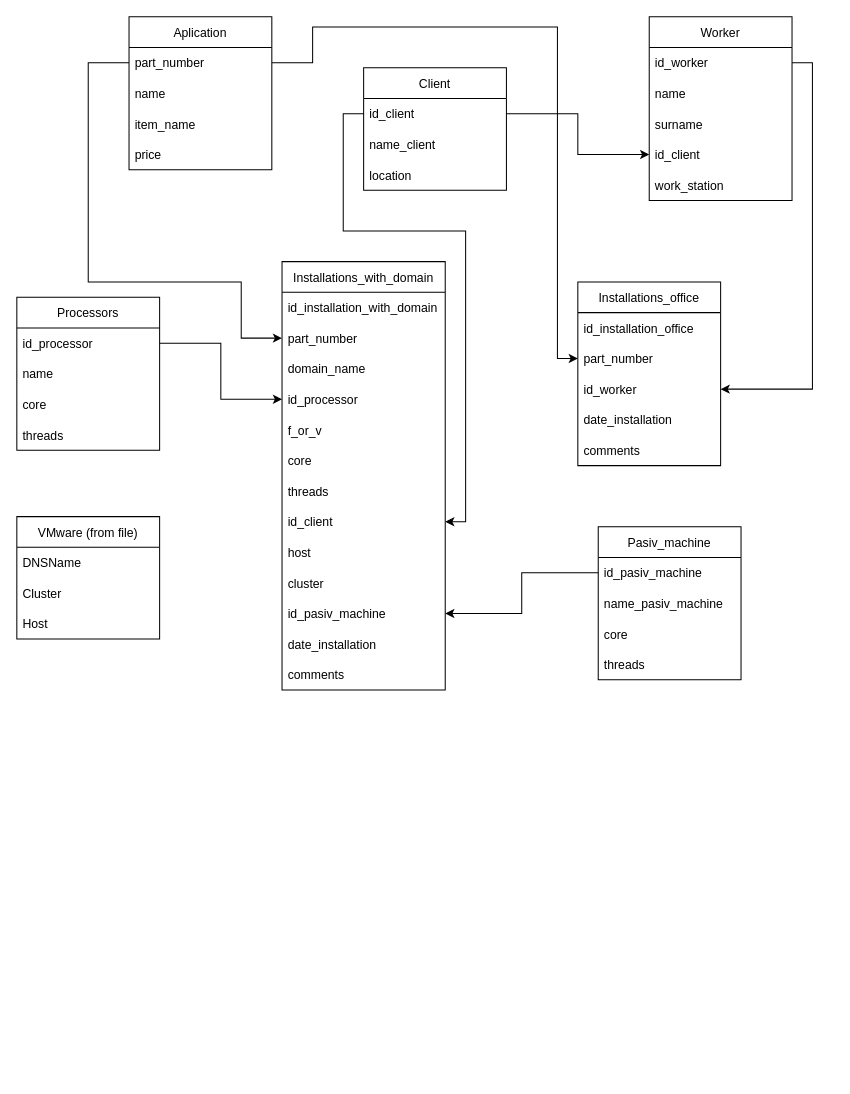
Rascalele/Program_do_rozliczania_faktur keeps this draw.io diagram as Program_do_rozliczania_faktur.drawio. Above is the earlier version. Source tidied: cells renumbered, new cells numbered last; positions are measured from the earlier drawing's top-left corner, leaving out a move shared by most shapes. Both pictures are drawn from the tidied source at 102%, with x=0, y=0 at pixel (16, 16).
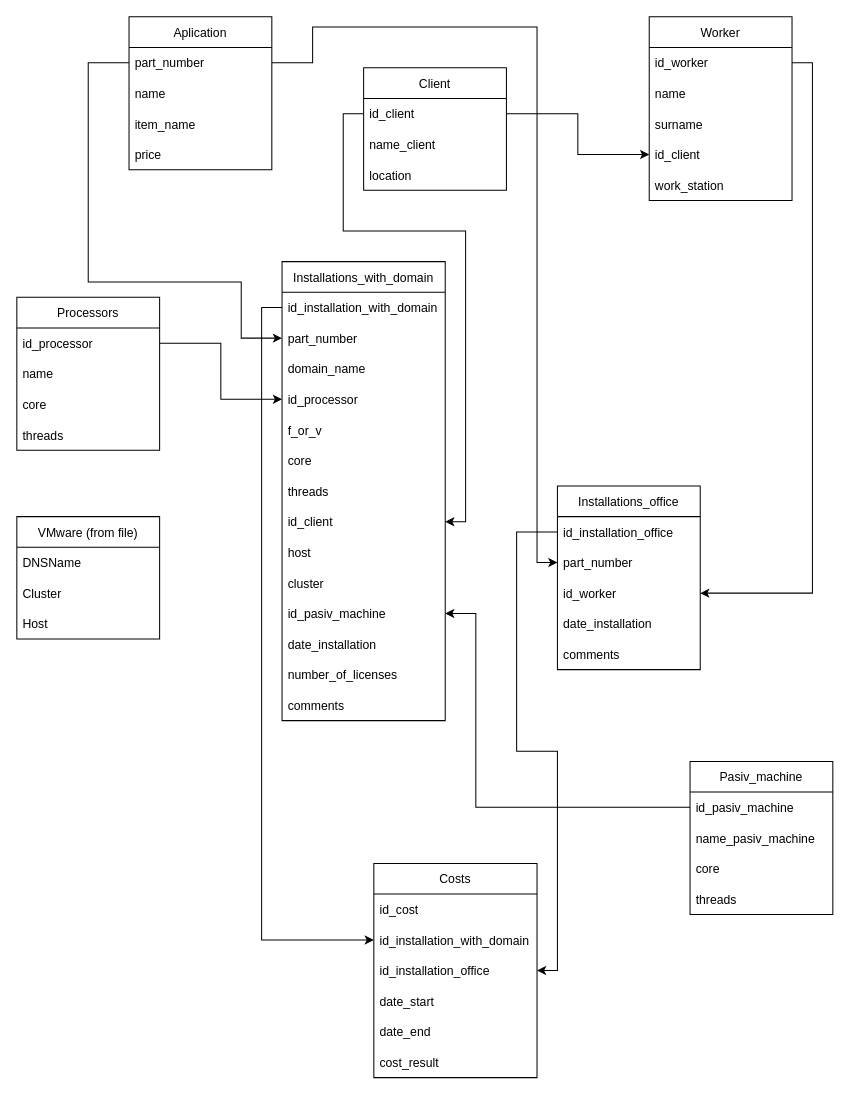
The same page after the edit.

Unchanged cells that the change refers to:
```xml
<mxCell id="3" value="part_number" style="text;strokeColor=none;fillColor=none;align=left;verticalAlign=middle;spacingLeft=4;spacingRight=4;overflow=hidden;points=[[0,0.5],[1,0.5]];portConstraint=eastwest;" parent="2" vertex="1">
  <mxGeometry y="30" width="140" height="30" as="geometry" />
</mxCell>
<mxCell id="18" value="id_installation_with_domain" style="text;strokeColor=none;fillColor=none;align=left;verticalAlign=middle;spacingLeft=4;spacingRight=4;overflow=hidden;points=[[0,0.5],[1,0.5]];portConstraint=eastwest;" parent="17" vertex="1">
  <mxGeometry y="30" width="160" height="30" as="geometry" />
</mxCell>
<mxCell id="28" value="id_pasiv_machine" style="text;strokeColor=none;fillColor=none;align=left;verticalAlign=middle;spacingLeft=4;spacingRight=4;overflow=hidden;points=[[0,0.5],[1,0.5]];portConstraint=eastwest;" parent="17" vertex="1">
  <mxGeometry y="330" width="160" height="30" as="geometry" />
</mxCell>
<mxCell id="32" value="id_installation_office" style="text;strokeColor=none;fillColor=none;align=left;verticalAlign=middle;spacingLeft=4;spacingRight=4;overflow=hidden;points=[[0,0.5],[1,0.5]];portConstraint=eastwest;" parent="31" vertex="1">
  <mxGeometry y="30" width="140" height="30" as="geometry" />
</mxCell>
<mxCell id="33" value="part_number" style="text;strokeColor=none;fillColor=none;align=left;verticalAlign=middle;spacingLeft=4;spacingRight=4;overflow=hidden;points=[[0,0.5],[1,0.5]];portConstraint=eastwest;" parent="31" vertex="1">
  <mxGeometry y="60" width="140" height="30" as="geometry" />
</mxCell>
<mxCell id="47" value="id_pasiv_machine" style="text;strokeColor=none;fillColor=none;align=left;verticalAlign=middle;spacingLeft=4;spacingRight=4;overflow=hidden;points=[[0,0.5],[1,0.5]];portConstraint=eastwest;" parent="46" vertex="1">
  <mxGeometry y="30" width="140" height="30" as="geometry" />
</mxCell>
```

Change to the diagram source:
```diff
@@
     <mxCell id="17" value="Installations_with_domain" style="swimlane;fontStyle=0;horizontal=1;startSize=30;" parent="1" vertex="1">
-      <mxGeometry x="260" y="240" width="160" height="420" as="geometry" />
+      <mxGeometry x="260" y="240" width="160" height="450" as="geometry" />
     </mxCell>
@@
+    <mxCell id="58" value="number_of_licenses" style="text;strokeColor=none;fillColor=none;align=left;verticalAlign=middle;spacingLeft=4;spacingRight=4;overflow=hidden;" parent="17" vertex="1">
+      <mxGeometry y="390" width="160" height="30" as="geometry" />
+    </mxCell>
     <mxCell id="30" value="comments" style="text;strokeColor=none;fillColor=none;align=left;verticalAlign=middle;spacingLeft=4;spacingRight=4;overflow=hidden;" parent="17" vertex="1">
-      <mxGeometry y="390" width="160" height="30" as="geometry" />
+      <mxGeometry y="420" width="160" height="30" as="geometry" />
     </mxCell>
     <mxCell id="31" value="Installations_office" style="swimlane;fontStyle=0;horizontal=1;startSize=30;" parent="1" vertex="1">
-      <mxGeometry x="550" y="260" width="140" height="180" as="geometry" />
+      <mxGeometry x="530" y="460" width="140" height="180" as="geometry" />
     </mxCell>
@@
     <mxCell id="46" value="Pasiv_machine" style="swimlane;fontStyle=0;horizontal=1;startSize=30;" parent="1" vertex="1">
-      <mxGeometry x="570" y="500" width="140" height="150" as="geometry" />
+      <mxGeometry x="660" y="730" width="140" height="150" as="geometry" />
     </mxCell>
@@
     <mxCell id="52" style="edgeStyle=orthogonalEdgeStyle;rounded=0;jettySize=auto;html=1;exitX=1;exitY=0.5;exitDx=0;exitDy=0;entryX=0;entryY=0.5;entryDx=0;entryDy=0;" parent="1" edge="1" source="3" target="33">
       <mxGeometry relative="1" as="geometry">
         <Array as="points">
           <mxPoint x="290" y="45" />
           <mxPoint x="290" y="10" />
-          <mxPoint x="530" y="10" />
-          <mxPoint x="530" y="335" />
+          <mxPoint x="510" y="10" />
+          <mxPoint x="510" y="535" />
         </Array>
       </mxGeometry>
     </mxCell>
@@
     <mxCell id="56" style="edgeStyle=orthogonalEdgeStyle;rounded=0;jettySize=auto;html=1;exitX=0;exitY=0.5;exitDx=0;exitDy=0;entryX=1;entryY=0.5;entryDx=0;entryDy=0;" parent="1" edge="1" source="47" target="28">
-      <mxGeometry relative="1" as="geometry" />
+      <mxGeometry relative="1" as="geometry">
+        <Array as="points">
+          <mxPoint x="450" y="775" />
+          <mxPoint x="450" y="585" />
+        </Array>
+      </mxGeometry>
     </mxCell>
@@
+    <mxCell id="59" value="Costs" style="swimlane;fontStyle=0;horizontal=1;startSize=30;" parent="1" vertex="1">
+      <mxGeometry x="350" y="830" width="160" height="210" as="geometry" />
+    </mxCell>
+    <mxCell id="60" value="id_cost" style="text;strokeColor=none;fillColor=none;align=left;verticalAlign=middle;spacingLeft=4;spacingRight=4;overflow=hidden;" parent="59" vertex="1">
+      <mxGeometry y="30" width="160" height="30" as="geometry" />
+    </mxCell>
+    <mxCell id="61" value="id_installation_with_domain" style="text;strokeColor=none;fillColor=none;align=left;verticalAlign=middle;spacingLeft=4;spacingRight=4;overflow=hidden;points=[[0,0.5],[1,0.5]];portConstraint=eastwest;" parent="59" vertex="1">
+      <mxGeometry y="60" width="160" height="30" as="geometry" />
+    </mxCell>
+    <mxCell id="62" value="id_installation_office" style="text;strokeColor=none;fillColor=none;align=left;verticalAlign=middle;spacingLeft=4;spacingRight=4;overflow=hidden;points=[[0,0.5],[1,0.5]];portConstraint=eastwest;" parent="59" vertex="1">
+      <mxGeometry y="90" width="160" height="30" as="geometry" />
+    </mxCell>
+    <mxCell id="63" value="date_start" style="text;strokeColor=none;fillColor=none;align=left;verticalAlign=middle;spacingLeft=4;spacingRight=4;overflow=hidden;" parent="59" vertex="1">
+      <mxGeometry y="120" width="160" height="30" as="geometry" />
+    </mxCell>
+    <mxCell id="64" value="date_end" style="text;strokeColor=none;fillColor=none;align=left;verticalAlign=middle;spacingLeft=4;spacingRight=4;overflow=hidden;" parent="59" vertex="1">
+      <mxGeometry y="150" width="160" height="30" as="geometry" />
+    </mxCell>
+    <mxCell id="65" value="cost_result" style="text;strokeColor=none;fillColor=none;align=left;verticalAlign=middle;spacingLeft=4;spacingRight=4;overflow=hidden;" parent="59" vertex="1">
+      <mxGeometry y="180" width="160" height="30" as="geometry" />
+    </mxCell>
+    <mxCell id="66" style="edgeStyle=orthogonalEdgeStyle;rounded=0;jettySize=auto;html=1;exitX=0;exitY=0.5;exitDx=0;exitDy=0;entryX=0;entryY=0.5;entryDx=0;entryDy=0;" parent="1" edge="1" source="18" target="61">
+      <mxGeometry relative="1" as="geometry" />
+    </mxCell>
+    <mxCell id="67" style="edgeStyle=orthogonalEdgeStyle;rounded=0;jettySize=auto;html=1;exitX=0;exitY=0.5;exitDx=0;exitDy=0;entryX=1;entryY=0.5;entryDx=0;entryDy=0;" parent="1" edge="1" source="32" target="62">
+      <mxGeometry relative="1" as="geometry">
+        <Array as="points">
+          <mxPoint x="490" y="505" />
+          <mxPoint x="490" y="720" />
+          <mxPoint x="530" y="720" />
+          <mxPoint x="530" y="935" />
+        </Array>
+      </mxGeometry>
+    </mxCell>
```
